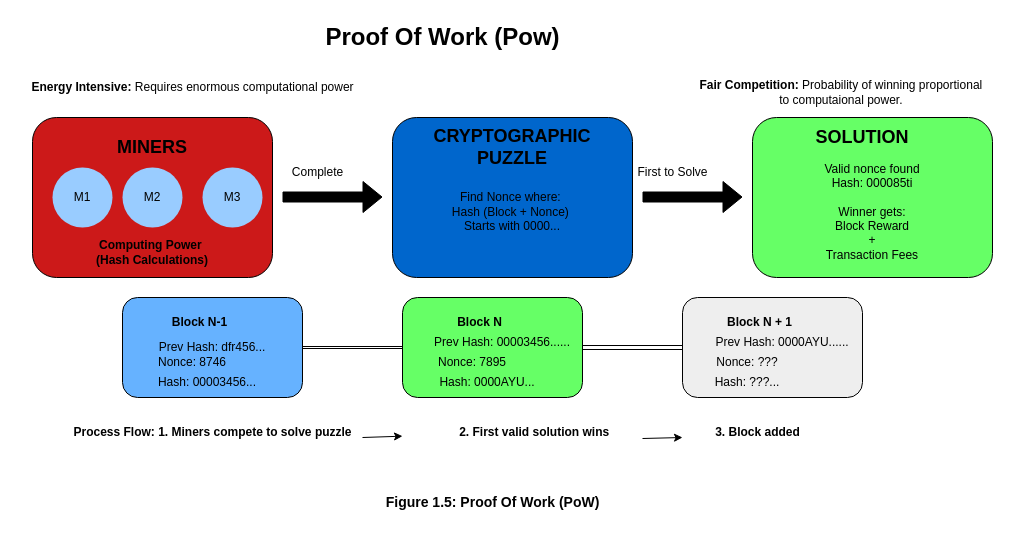
This is ProofOfWork.drawio from SifisoMzansi/architecture-diagrams, a draw.io file, before an edit. Source tidied: cells renumbered, new cells numbered last; positions are measured from the earlier drawing's top-left corner, leaving out a move shared by most shapes. Both pictures are drawn from the tidied source at 100%, with x=0, y=0 at pixel (17, 17).
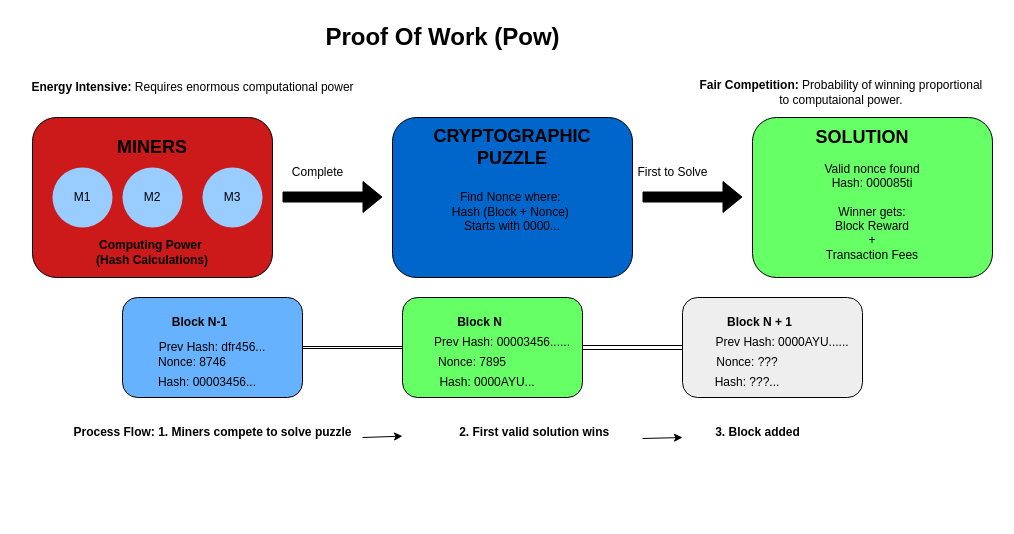
The same diagram, later.

The edit, as a diff of the source:
```diff
@@
-    <mxCell id="41" value="&lt;b&gt;&lt;font style=&quot;font-size: 14px;&quot;&gt;Figure 1.5: Proof Of Work (PoW)&lt;/font&gt;&lt;/b&gt;" style="text;html=1;align=center;verticalAlign=middle;strokeColor=none;fillColor=none;" parent="1" vertex="1">
-      <mxGeometry x="355" y="470" width="240" height="30" as="geometry" />
-    </mxCell>
```
